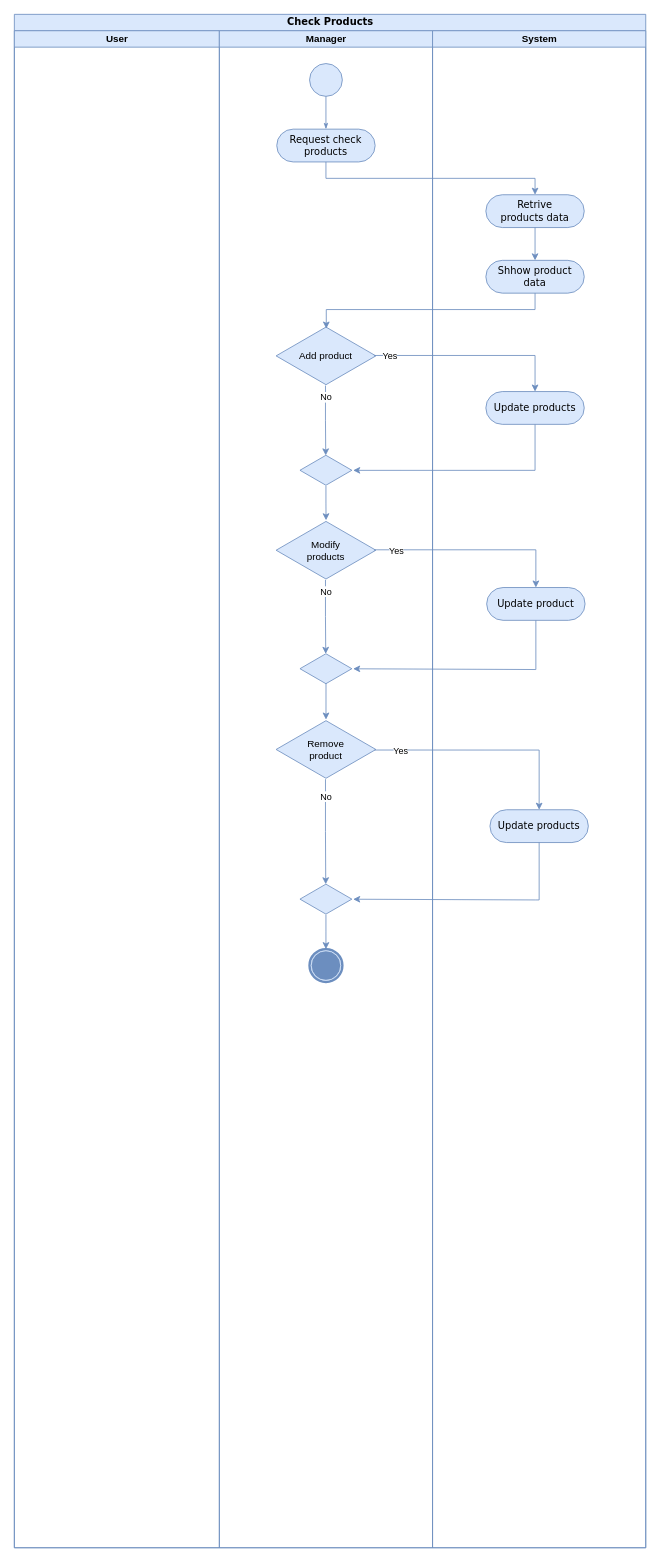
Abcdavid00/Cafe-Management-Application keeps this draw.io diagram as page "CheckProducts" (6 of 6) of Diagrams/ActivityDiagram.drawio. Above is the earlier version. Source tidied: cells renumbered, new cells numbered last; positions are measured from the earlier drawing's top-left corner, leaving out a move shared by most shapes. Both pictures are drawn from the tidied source at 82%, with x=0, y=0 at pixel (14, 14).
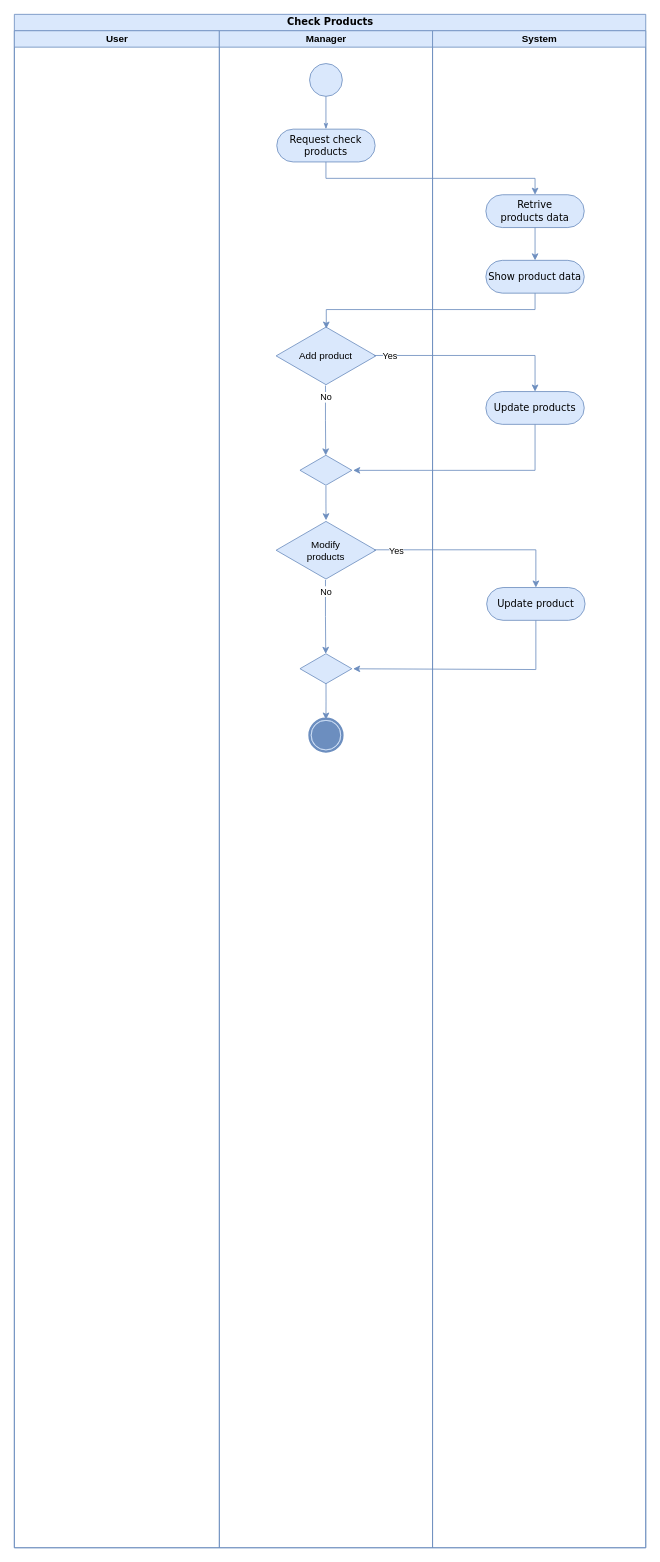
After the change.

Unchanged cells that the change refers to:
```xml
<mxCell id="2" value="Check Products" style="swimlane;html=1;startSize=20;rounded=0;shadow=0;comic=0;labelBackgroundColor=none;strokeWidth=1;fontFamily=Verdana;fontSize=12;align=center;fillColor=#dae8fc;strokeColor=#6c8ebf;" parent="1" vertex="1">
  <mxGeometry width="770" height="1870" as="geometry" />
</mxCell>
<mxCell id="4" value="Manager" style="swimlane;html=1;startSize=20;fillColor=#dae8fc;strokeColor=#6c8ebf;" parent="2" vertex="1">
  <mxGeometry x="250" y="20" width="260" height="1850" as="geometry" />
</mxCell>
<mxCell id="14" style="html=1;whiteSpace=wrap;shape=isoRectangle;fillColor=#dae8fc;strokeColor=#6c8ebf;" parent="4" vertex="1">
  <mxGeometry x="98.3" y="759" width="63.3" height="38" as="geometry" />
</mxCell>
<mxCell id="24" value="System" style="swimlane;html=1;startSize=20;direction=east;fillColor=#dae8fc;strokeColor=#6c8ebf;" parent="2" vertex="1">
  <mxGeometry x="510" y="20" width="260" height="1850" as="geometry" />
</mxCell>
```

What changed in the source:
```diff
@@
-    <mxCell id="17" style="edgeStyle=orthogonalEdgeStyle;rounded=0;jettySize=auto;html=1;exitX=0.502;exitY=0.963;exitDx=0;exitDy=0;exitPerimeter=0;entryX=0.5;entryY=0;entryDx=0;entryDy=0;entryPerimeter=0;fillColor=#dae8fc;strokeColor=#6c8ebf;" parent="4" edge="1" source="14" target="18">
-      <mxGeometry relative="1" as="geometry" />
+    <mxCell id="17" style="edgeStyle=orthogonalEdgeStyle;rounded=0;jettySize=auto;html=1;exitX=0.502;exitY=0.963;exitDx=0;exitDy=0;exitPerimeter=0;entryX=0.5;entryY=0;entryDx=0;entryDy=0;entryPerimeter=0;fillColor=#dae8fc;strokeColor=#6c8ebf;" parent="4" edge="1" source="14">
+      <mxGeometry relative="1" as="geometry">
+        <mxPoint x="130" y="840" as="targetPoint" />
+      </mxGeometry>
     </mxCell>
-    <mxCell id="18" value="Remove&lt;br&gt;product" style="html=1;whiteSpace=wrap;shape=isoRectangle;fillColor=#dae8fc;strokeColor=#6c8ebf;" parent="4" vertex="1">
-      <mxGeometry x="69.2" y="840" width="121.7" height="73" as="geometry" />
-    </mxCell>
-    <mxCell id="19" style="html=1;whiteSpace=wrap;shape=isoRectangle;fillColor=#dae8fc;strokeColor=#6c8ebf;" parent="4" vertex="1">
-      <mxGeometry x="98.3" y="1040" width="63.3" height="38" as="geometry" />
-    </mxCell>
-    <mxCell id="20" style="edgeStyle=orthogonalEdgeStyle;rounded=0;jettySize=auto;html=1;exitX=0.495;exitY=0.996;exitDx=0;exitDy=0;entryX=0.497;entryY=0.023;entryDx=0;entryDy=0;entryPerimeter=0;exitPerimeter=0;fillColor=#dae8fc;strokeColor=#6c8ebf;" parent="4" edge="1" source="18" target="19">
-      <mxGeometry relative="1" as="geometry" />
-    </mxCell>
-    <mxCell id="21" value="No" style="edgeLabel;html=1;align=center;verticalAlign=middle;" parent="20" vertex="1">
-      <mxGeometry x="-0.66" relative="1" as="geometry">
-        <mxPoint y="-1" as="offset" />
-      </mxGeometry>
-    </mxCell>
-    <mxCell id="22" style="edgeStyle=orthogonalEdgeStyle;rounded=0;jettySize=auto;html=1;entryX=0.5;entryY=0;entryDx=0;entryDy=0;fillColor=#dae8fc;strokeColor=#6c8ebf;" parent="4" edge="1" source="19" target="23">
-      <mxGeometry relative="1" as="geometry" />
-    </mxCell>
     <mxCell id="23" style="shape=mxgraph.bpmn.shape;html=1;verticalLabelPosition=bottom;labelBackgroundColor=#ffffff;verticalAlign=top;perimeter=ellipsePerimeter;outline=end;symbol=terminate;rounded=0;shadow=0;comic=0;strokeWidth=1;fontFamily=Verdana;fontSize=12;align=center;fillColor=#dae8fc;strokeColor=#6c8ebf;" parent="4" vertex="1">
-      <mxGeometry x="110" y="1120" width="40" height="40" as="geometry" />
+      <mxGeometry x="110" y="839" width="40" height="40" as="geometry" />
     </mxCell>
@@
-    <mxCell id="26" value="Shhow product data" style="rounded=1;whiteSpace=wrap;html=1;shadow=0;comic=0;labelBackgroundColor=none;strokeWidth=1;fontFamily=Verdana;fontSize=12;align=center;arcSize=50;fillColor=#dae8fc;strokeColor=#6c8ebf;" parent="24" vertex="1">
+    <mxCell id="26" value="Show product data" style="rounded=1;whiteSpace=wrap;html=1;shadow=0;comic=0;labelBackgroundColor=none;strokeWidth=1;fontFamily=Verdana;fontSize=12;align=center;arcSize=50;fillColor=#dae8fc;strokeColor=#6c8ebf;" parent="24" vertex="1">
       <mxGeometry x="65" y="280" width="120" height="40" as="geometry" />
     </mxCell>
@@
-    <mxCell id="30" value="Update products" style="rounded=1;whiteSpace=wrap;html=1;shadow=0;comic=0;labelBackgroundColor=none;strokeWidth=1;fontFamily=Verdana;fontSize=12;align=center;arcSize=50;fillColor=#dae8fc;strokeColor=#6c8ebf;" parent="24" vertex="1">
-      <mxGeometry x="70" y="950" width="120" height="40" as="geometry" />
-    </mxCell>
@@
-    <mxCell id="39" style="edgeStyle=orthogonalEdgeStyle;rounded=0;jettySize=auto;html=1;exitX=0.985;exitY=0.509;exitDx=0;exitDy=0;exitPerimeter=0;entryX=0.5;entryY=0;entryDx=0;entryDy=0;fillColor=#dae8fc;strokeColor=#6c8ebf;" parent="2" edge="1" source="18" target="30">
-      <mxGeometry relative="1" as="geometry">
-        <Array as="points">
-          <mxPoint x="640" y="897" />
-        </Array>
-      </mxGeometry>
-    </mxCell>
-    <mxCell id="40" value="Yes" style="edgeLabel;html=1;align=center;verticalAlign=middle;" parent="39" vertex="1">
-      <mxGeometry x="-0.77" y="-1" relative="1" as="geometry" />
-    </mxCell>
-    <mxCell id="41" style="edgeStyle=orthogonalEdgeStyle;rounded=0;jettySize=auto;html=1;entryX=1.025;entryY=0.503;entryDx=0;entryDy=0;entryPerimeter=0;exitX=0.5;exitY=1;exitDx=0;exitDy=0;fillColor=#dae8fc;strokeColor=#6c8ebf;" parent="2" edge="1" source="30" target="19">
-      <mxGeometry relative="1" as="geometry">
-        <Array as="points">
-          <mxPoint x="636" y="1080" />
-          <mxPoint x="413" y="1080" />
-        </Array>
-      </mxGeometry>
-    </mxCell>
```
